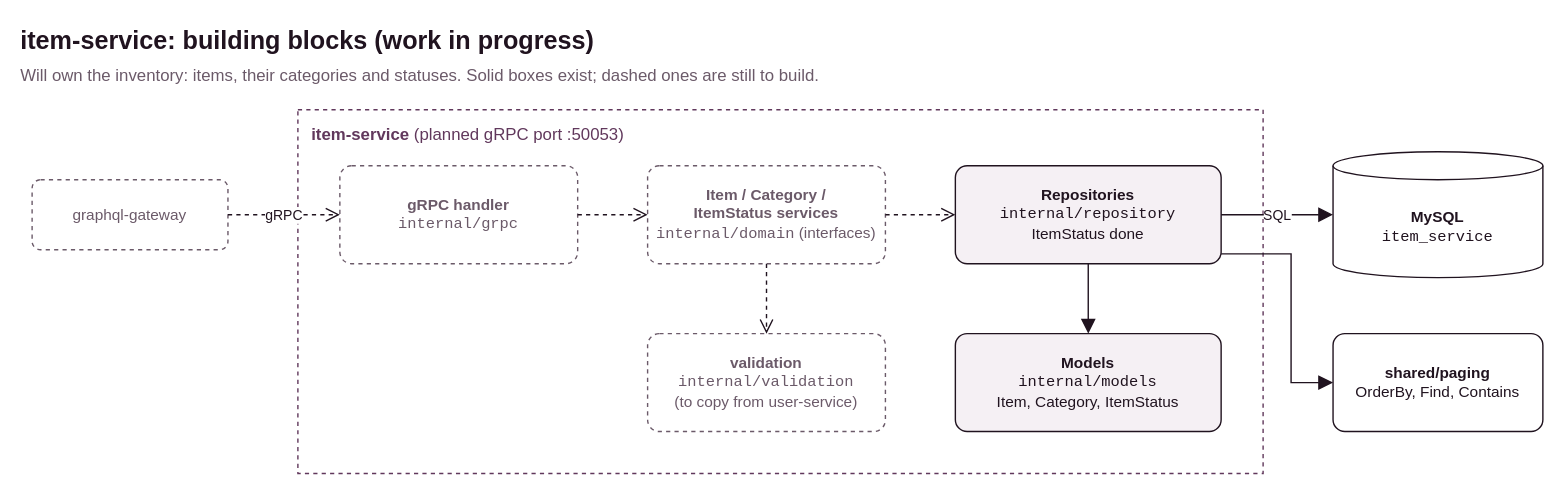
Above: services/item-service/docs/overview.svg in jochem11/inventory-manager (draw.io), before the change. Source tidied: cells renumbered, new cells last; positions are measured from the earlier drawing's top-left corner, leaving out a move shared by most shapes. Source of this version:
```xml
<mxGraphModel background="#ffffff">
  <root>
    <mxCell id="0" />
    <mxCell id="1" parent="0" />
    <mxCell id="2" value="&lt;b&gt;item-service&lt;/b&gt;  (planned gRPC port :50053)" style="rounded=0;whiteSpace=wrap;html=1;fillColor=none;dashed=1;strokeColor=#61385c;fontSize=12;fontColor=#61385c;align=left;verticalAlign=top;spacingLeft=8;spacingTop=4;fontFamily=Helvetica;" parent="1" vertex="1">
      <mxGeometry x="200" y="66" width="690" height="260" as="geometry" />
    </mxCell>
    <mxCell id="3" value="graphql-gateway" style="rounded=1;arcSize=12;whiteSpace=wrap;html=1;fillColor=#ffffff;strokeColor=#6b5a69;dashed=1;fontSize=11;fontColor=#6b5a69;fontFamily=Helvetica;" parent="1" vertex="1">
      <mxGeometry x="10" y="116" width="140" height="50" as="geometry" />
    </mxCell>
    <mxCell id="4" value="&lt;b&gt;gRPC handler&lt;/b&gt;&lt;br&gt;&lt;font face=&quot;Menlo, monospace&quot;&gt;internal/grpc&lt;/font&gt;" style="rounded=1;arcSize=12;whiteSpace=wrap;html=1;fillColor=#ffffff;strokeColor=#6b5a69;dashed=1;fontSize=11;fontColor=#6b5a69;fontFamily=Helvetica;" parent="1" vertex="1">
      <mxGeometry x="230" y="106" width="170" height="70" as="geometry" />
    </mxCell>
    <mxCell id="5" value="&lt;b&gt;Item / Category /&lt;br&gt;ItemStatus services&lt;/b&gt;&lt;br&gt;&lt;font face=&quot;Menlo, monospace&quot;&gt;internal/domain&lt;/font&gt; (interfaces)" style="rounded=1;arcSize=12;whiteSpace=wrap;html=1;fillColor=#ffffff;strokeColor=#6b5a69;dashed=1;fontSize=11;fontColor=#6b5a69;fontFamily=Helvetica;" parent="1" vertex="1">
      <mxGeometry x="450" y="106" width="170" height="70" as="geometry" />
    </mxCell>
    <mxCell id="6" value="&lt;b&gt;Repositories&lt;/b&gt;&lt;br&gt;&lt;font face=&quot;Menlo, monospace&quot;&gt;internal/repository&lt;/font&gt;&lt;br&gt;ItemStatus done" style="rounded=1;arcSize=12;whiteSpace=wrap;html=1;fillColor=#f5f0f4;strokeColor=#20131f;fontSize=11;fontColor=#20131f;fontFamily=Helvetica;" parent="1" vertex="1">
      <mxGeometry x="670" y="106" width="190" height="70" as="geometry" />
    </mxCell>
    <mxCell id="7" value="&lt;b&gt;Models&lt;/b&gt;&lt;br&gt;&lt;font face=&quot;Menlo, monospace&quot;&gt;internal/models&lt;/font&gt;&lt;br&gt;Item, Category, ItemStatus" style="rounded=1;arcSize=12;whiteSpace=wrap;html=1;fillColor=#f5f0f4;strokeColor=#20131f;fontSize=11;fontColor=#20131f;fontFamily=Helvetica;" parent="1" vertex="1">
      <mxGeometry x="670" y="226" width="190" height="70" as="geometry" />
    </mxCell>
    <mxCell id="8" value="&lt;b&gt;validation&lt;/b&gt;&lt;br&gt;&lt;font face=&quot;Menlo, monospace&quot;&gt;internal/validation&lt;/font&gt;&lt;br&gt;(to copy from user-service)" style="rounded=1;arcSize=12;whiteSpace=wrap;html=1;fillColor=#ffffff;strokeColor=#6b5a69;dashed=1;fontSize=11;fontColor=#6b5a69;fontFamily=Helvetica;" parent="1" vertex="1">
      <mxGeometry x="450" y="226" width="170" height="70" as="geometry" />
    </mxCell>
    <mxCell id="9" value="&lt;b&gt;MySQL&lt;/b&gt;&lt;br&gt;&lt;font face=&quot;Menlo, monospace&quot;&gt;item_service&lt;/font&gt;" style="shape=cylinder3;whiteSpace=wrap;html=1;boundedLbl=1;backgroundOutline=1;size=10;fillColor=#ffffff;strokeColor=#20131f;fontSize=11;fontColor=#20131f;fontFamily=Helvetica;" parent="1" vertex="1">
      <mxGeometry x="940" y="96" width="150" height="90" as="geometry" />
    </mxCell>
    <mxCell id="10" value="&lt;b&gt;shared/paging&lt;/b&gt;&lt;br&gt;OrderBy, Find, Contains" style="rounded=1;arcSize=12;whiteSpace=wrap;html=1;fillColor=#ffffff;strokeColor=#20131f;fontSize=11;fontColor=#20131f;fontFamily=Helvetica;" parent="1" vertex="1">
      <mxGeometry x="940" y="226" width="150" height="70" as="geometry" />
    </mxCell>
    <mxCell id="11" value="gRPC" style="html=1;rounded=0;endArrow=open;endFill=0;endSize=8;fontSize=10;strokeColor=#20131f;fontColor=#20131f;labelBackgroundColor=#ffffff;dashed=1;fontFamily=Helvetica;" parent="1" edge="1" source="3" target="4">
      <mxGeometry relative="1" as="geometry" />
    </mxCell>
    <mxCell id="12" style="html=1;rounded=0;endArrow=open;endFill=0;endSize=8;fontSize=10;strokeColor=#20131f;fontColor=#20131f;labelBackgroundColor=#ffffff;dashed=1;fontFamily=Helvetica;" parent="1" edge="1" source="4" target="5">
      <mxGeometry relative="1" as="geometry" />
    </mxCell>
    <mxCell id="13" style="html=1;rounded=0;endArrow=open;endFill=0;endSize=8;fontSize=10;strokeColor=#20131f;fontColor=#20131f;labelBackgroundColor=#ffffff;dashed=1;fontFamily=Helvetica;" parent="1" edge="1" source="5" target="6">
      <mxGeometry relative="1" as="geometry" />
    </mxCell>
    <mxCell id="14" value="SQL" style="html=1;rounded=0;endArrow=block;endFill=1;endSize=8;fontSize=10;strokeColor=#20131f;fontColor=#20131f;labelBackgroundColor=#ffffff;fontFamily=Helvetica;" parent="1" edge="1" source="6" target="9">
      <mxGeometry relative="1" as="geometry" />
    </mxCell>
    <mxCell id="15" style="html=1;rounded=0;endArrow=block;endFill=1;endSize=8;fontSize=10;strokeColor=#20131f;fontColor=#20131f;labelBackgroundColor=#ffffff;fontFamily=Helvetica;" parent="1" edge="1" source="6" target="7">
      <mxGeometry relative="1" as="geometry" />
    </mxCell>
    <mxCell id="16" style="html=1;rounded=0;endArrow=open;endFill=0;endSize=8;fontSize=10;strokeColor=#20131f;fontColor=#20131f;labelBackgroundColor=#ffffff;dashed=1;fontFamily=Helvetica;" parent="1" edge="1" source="5" target="8">
      <mxGeometry relative="1" as="geometry" />
    </mxCell>
    <mxCell id="17" style="html=1;rounded=0;endArrow=block;endFill=1;endSize=8;fontSize=10;strokeColor=#20131f;fontColor=#20131f;labelBackgroundColor=#ffffff;edgeStyle=orthogonalEdgeStyle;exitX=1;exitY=0.9;exitDx=0;exitDy=0;entryX=0;entryY=0.5;entryDx=0;entryDy=0;fontFamily=Helvetica;" parent="1" edge="1" source="6" target="10">
      <mxGeometry relative="1" as="geometry">
        <Array as="points">
          <mxPoint x="910" y="169" />
          <mxPoint x="910" y="261" />
        </Array>
      </mxGeometry>
    </mxCell>
    <mxCell id="18" value="&lt;b&gt;item-service: building blocks (work in progress)&lt;/b&gt;" style="text;html=1;whiteSpace=wrap;align=left;verticalAlign=top;fontSize=18;fontColor=#20131f;fontFamily=Helvetica;" parent="1" vertex="1">
      <mxGeometry width="543" height="26" as="geometry" />
    </mxCell>
    <mxCell id="19" value="Will own the inventory: items, their categories and statuses. Solid boxes exist; dashed ones are still to build." style="text;html=1;whiteSpace=wrap;align=left;verticalAlign=top;fontSize=12;fontColor=#6b5a69;fontFamily=Helvetica;" parent="1" vertex="1">
      <mxGeometry y="28" width="796" height="20" as="geometry" />
    </mxCell>
  </root>
</mxGraphModel>
```
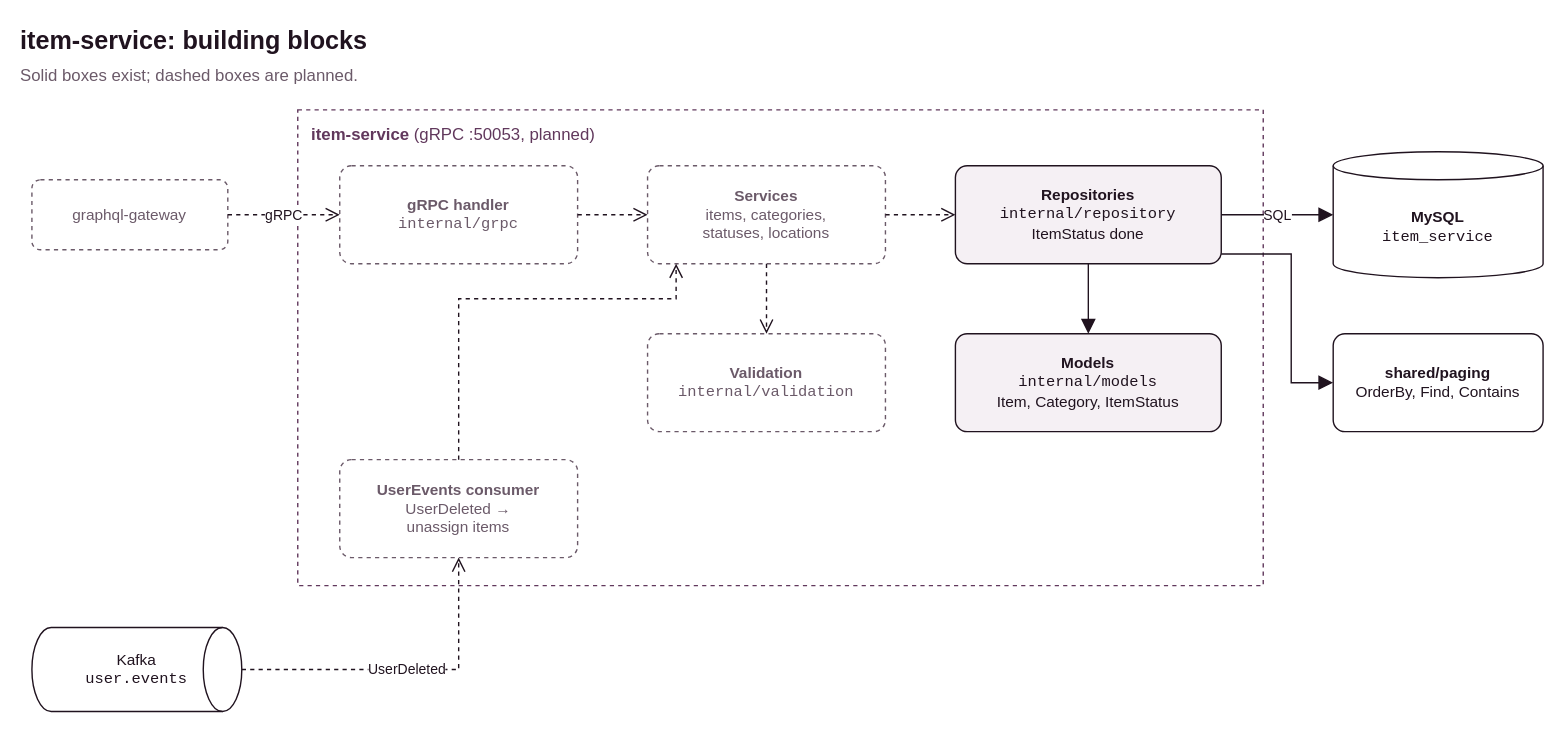
After the change.

What changed in the source:
```diff
@@ -2,8 +2,8 @@
   <root>
     <mxCell id="0" />
     <mxCell id="1" parent="0" />
-    <mxCell id="2" value="&lt;b&gt;item-service&lt;/b&gt;  (planned gRPC port :50053)" style="rounded=0;whiteSpace=wrap;html=1;fillColor=none;dashed=1;strokeColor=#61385c;fontSize=12;fontColor=#61385c;align=left;verticalAlign=top;spacingLeft=8;spacingTop=4;fontFamily=Helvetica;" parent="1" vertex="1">
-      <mxGeometry x="200" y="66" width="690" height="260" as="geometry" />
+    <mxCell id="2" value="&lt;b&gt;item-service&lt;/b&gt;  (gRPC :50053, planned)" style="rounded=0;whiteSpace=wrap;html=1;fillColor=none;dashed=1;strokeColor=#61385c;fontSize=12;fontColor=#61385c;align=left;verticalAlign=top;spacingLeft=8;spacingTop=4;fontFamily=Helvetica;" parent="1" vertex="1">
+      <mxGeometry x="200" y="66" width="690" height="340" as="geometry" />
     </mxCell>
     <mxCell id="3" value="graphql-gateway" style="rounded=1;arcSize=12;whiteSpace=wrap;html=1;fillColor=#ffffff;strokeColor=#6b5a69;dashed=1;fontSize=11;fontColor=#6b5a69;fontFamily=Helvetica;" parent="1" vertex="1">
       <mxGeometry x="10" y="116" width="140" height="50" as="geometry" />
@@ -11,7 +11,7 @@
     <mxCell id="4" value="&lt;b&gt;gRPC handler&lt;/b&gt;&lt;br&gt;&lt;font face=&quot;Menlo, monospace&quot;&gt;internal/grpc&lt;/font&gt;" style="rounded=1;arcSize=12;whiteSpace=wrap;html=1;fillColor=#ffffff;strokeColor=#6b5a69;dashed=1;fontSize=11;fontColor=#6b5a69;fontFamily=Helvetica;" parent="1" vertex="1">
       <mxGeometry x="230" y="106" width="170" height="70" as="geometry" />
     </mxCell>
-    <mxCell id="5" value="&lt;b&gt;Item / Category /&lt;br&gt;ItemStatus services&lt;/b&gt;&lt;br&gt;&lt;font face=&quot;Menlo, monospace&quot;&gt;internal/domain&lt;/font&gt; (interfaces)" style="rounded=1;arcSize=12;whiteSpace=wrap;html=1;fillColor=#ffffff;strokeColor=#6b5a69;dashed=1;fontSize=11;fontColor=#6b5a69;fontFamily=Helvetica;" parent="1" vertex="1">
+    <mxCell id="5" value="&lt;b&gt;Services&lt;/b&gt;&lt;br&gt;items, categories,&lt;br&gt;statuses, locations" style="rounded=1;arcSize=12;whiteSpace=wrap;html=1;fillColor=#ffffff;strokeColor=#6b5a69;dashed=1;fontSize=11;fontColor=#6b5a69;fontFamily=Helvetica;" parent="1" vertex="1">
       <mxGeometry x="450" y="106" width="170" height="70" as="geometry" />
     </mxCell>
     <mxCell id="6" value="&lt;b&gt;Repositories&lt;/b&gt;&lt;br&gt;&lt;font face=&quot;Menlo, monospace&quot;&gt;internal/repository&lt;/font&gt;&lt;br&gt;ItemStatus done" style="rounded=1;arcSize=12;whiteSpace=wrap;html=1;fillColor=#f5f0f4;strokeColor=#20131f;fontSize=11;fontColor=#20131f;fontFamily=Helvetica;" parent="1" vertex="1">
@@ -20,46 +20,67 @@
     <mxCell id="7" value="&lt;b&gt;Models&lt;/b&gt;&lt;br&gt;&lt;font face=&quot;Menlo, monospace&quot;&gt;internal/models&lt;/font&gt;&lt;br&gt;Item, Category, ItemStatus" style="rounded=1;arcSize=12;whiteSpace=wrap;html=1;fillColor=#f5f0f4;strokeColor=#20131f;fontSize=11;fontColor=#20131f;fontFamily=Helvetica;" parent="1" vertex="1">
       <mxGeometry x="670" y="226" width="190" height="70" as="geometry" />
     </mxCell>
-    <mxCell id="8" value="&lt;b&gt;validation&lt;/b&gt;&lt;br&gt;&lt;font face=&quot;Menlo, monospace&quot;&gt;internal/validation&lt;/font&gt;&lt;br&gt;(to copy from user-service)" style="rounded=1;arcSize=12;whiteSpace=wrap;html=1;fillColor=#ffffff;strokeColor=#6b5a69;dashed=1;fontSize=11;fontColor=#6b5a69;fontFamily=Helvetica;" parent="1" vertex="1">
+    <mxCell id="8" value="&lt;b&gt;Validation&lt;/b&gt;&lt;br&gt;&lt;font face=&quot;Menlo, monospace&quot;&gt;internal/validation&lt;/font&gt;" style="rounded=1;arcSize=12;whiteSpace=wrap;html=1;fillColor=#ffffff;strokeColor=#6b5a69;dashed=1;fontSize=11;fontColor=#6b5a69;fontFamily=Helvetica;" parent="1" vertex="1">
       <mxGeometry x="450" y="226" width="170" height="70" as="geometry" />
     </mxCell>
-    <mxCell id="9" value="&lt;b&gt;MySQL&lt;/b&gt;&lt;br&gt;&lt;font face=&quot;Menlo, monospace&quot;&gt;item_service&lt;/font&gt;" style="shape=cylinder3;whiteSpace=wrap;html=1;boundedLbl=1;backgroundOutline=1;size=10;fillColor=#ffffff;strokeColor=#20131f;fontSize=11;fontColor=#20131f;fontFamily=Helvetica;" parent="1" vertex="1">
-      <mxGeometry x="940" y="96" width="150" height="90" as="geometry" />
+    <mxCell id="9" value="&lt;b&gt;UserEvents consumer&lt;/b&gt;&lt;br&gt;UserDeleted →&lt;br&gt;unassign items" style="rounded=1;arcSize=12;whiteSpace=wrap;html=1;fillColor=#ffffff;strokeColor=#6b5a69;dashed=1;fontSize=11;fontColor=#6b5a69;fontFamily=Helvetica;" parent="1" vertex="1">
+      <mxGeometry x="230" y="316" width="170" height="70" as="geometry" />
     </mxCell>
-    <mxCell id="10" value="&lt;b&gt;shared/paging&lt;/b&gt;&lt;br&gt;OrderBy, Find, Contains" style="rounded=1;arcSize=12;whiteSpace=wrap;html=1;fillColor=#ffffff;strokeColor=#20131f;fontSize=11;fontColor=#20131f;fontFamily=Helvetica;" parent="1" vertex="1">
-      <mxGeometry x="940" y="226" width="150" height="70" as="geometry" />
+    <mxCell id="10" value="&lt;b&gt;MySQL&lt;/b&gt;&lt;br&gt;&lt;font face=&quot;Menlo, monospace&quot;&gt;item_service&lt;/font&gt;" style="shape=cylinder3;whiteSpace=wrap;html=1;boundedLbl=1;backgroundOutline=1;size=10;fillColor=#ffffff;strokeColor=#20131f;fontSize=11;fontColor=#20131f;fontFamily=Helvetica;" parent="1" vertex="1">
+      <mxGeometry x="940" y="96" width="150" height="90" as="geometry" />
     </mxCell>
-    <mxCell id="11" value="gRPC" style="html=1;rounded=0;endArrow=open;endFill=0;endSize=8;fontSize=10;strokeColor=#20131f;fontColor=#20131f;labelBackgroundColor=#ffffff;dashed=1;fontFamily=Helvetica;" parent="1" edge="1" source="3" target="4">
-      <mxGeometry relative="1" as="geometry" />
+    <mxCell id="11" value="&lt;b&gt;shared/paging&lt;/b&gt;&lt;br&gt;OrderBy, Find, Contains" style="rounded=1;arcSize=12;whiteSpace=wrap;html=1;fillColor=#ffffff;strokeColor=#20131f;fontSize=11;fontColor=#20131f;fontFamily=Helvetica;" parent="1" vertex="1">
+      <mxGeometry x="940" y="226" width="150" height="70" as="geometry" />
     </mxCell>
-    <mxCell id="12" style="html=1;rounded=0;endArrow=open;endFill=0;endSize=8;fontSize=10;strokeColor=#20131f;fontColor=#20131f;labelBackgroundColor=#ffffff;dashed=1;fontFamily=Helvetica;" parent="1" edge="1" source="4" target="5">
-      <mxGeometry relative="1" as="geometry" />
+    <mxCell id="12" value="Kafka&lt;br&gt;&lt;font face=&quot;Menlo, monospace&quot;&gt;user.events&lt;/font&gt;" style="shape=mxgraph.flowchart.direct_data;whiteSpace=wrap;html=1;fillColor=#ffffff;strokeColor=#20131f;fontSize=11;fontColor=#20131f;fontFamily=Helvetica;" parent="1" vertex="1">
+      <mxGeometry x="10" y="436" width="150" height="60" as="geometry" />
     </mxCell>
-    <mxCell id="13" style="html=1;rounded=0;endArrow=open;endFill=0;endSize=8;fontSize=10;strokeColor=#20131f;fontColor=#20131f;labelBackgroundColor=#ffffff;dashed=1;fontFamily=Helvetica;" parent="1" edge="1" source="5" target="6">
+    <mxCell id="13" value="gRPC" style="html=1;rounded=0;endArrow=open;endFill=0;endSize=8;fontSize=10;strokeColor=#20131f;fontColor=#20131f;labelBackgroundColor=#ffffff;dashed=1;fontFamily=Helvetica;" parent="1" edge="1" source="3" target="4">
       <mxGeometry relative="1" as="geometry" />
     </mxCell>
-    <mxCell id="14" value="SQL" style="html=1;rounded=0;endArrow=block;endFill=1;endSize=8;fontSize=10;strokeColor=#20131f;fontColor=#20131f;labelBackgroundColor=#ffffff;fontFamily=Helvetica;" parent="1" edge="1" source="6" target="9">
+    <mxCell id="14" style="html=1;rounded=0;endArrow=open;endFill=0;endSize=8;fontSize=10;strokeColor=#20131f;fontColor=#20131f;labelBackgroundColor=#ffffff;dashed=1;fontFamily=Helvetica;" parent="1" edge="1" source="4" target="5">
       <mxGeometry relative="1" as="geometry" />
     </mxCell>
-    <mxCell id="15" style="html=1;rounded=0;endArrow=block;endFill=1;endSize=8;fontSize=10;strokeColor=#20131f;fontColor=#20131f;labelBackgroundColor=#ffffff;fontFamily=Helvetica;" parent="1" edge="1" source="6" target="7">
+    <mxCell id="15" style="html=1;rounded=0;endArrow=open;endFill=0;endSize=8;fontSize=10;strokeColor=#20131f;fontColor=#20131f;labelBackgroundColor=#ffffff;dashed=1;fontFamily=Helvetica;" parent="1" edge="1" source="5" target="6">
       <mxGeometry relative="1" as="geometry" />
     </mxCell>
-    <mxCell id="16" style="html=1;rounded=0;endArrow=open;endFill=0;endSize=8;fontSize=10;strokeColor=#20131f;fontColor=#20131f;labelBackgroundColor=#ffffff;dashed=1;fontFamily=Helvetica;" parent="1" edge="1" source="5" target="8">
+    <mxCell id="16" value="SQL" style="html=1;rounded=0;endArrow=block;endFill=1;endSize=8;fontSize=10;strokeColor=#20131f;fontColor=#20131f;labelBackgroundColor=#ffffff;fontFamily=Helvetica;" parent="1" edge="1" source="6" target="10">
       <mxGeometry relative="1" as="geometry" />
     </mxCell>
-    <mxCell id="17" style="html=1;rounded=0;endArrow=block;endFill=1;endSize=8;fontSize=10;strokeColor=#20131f;fontColor=#20131f;labelBackgroundColor=#ffffff;edgeStyle=orthogonalEdgeStyle;exitX=1;exitY=0.9;exitDx=0;exitDy=0;entryX=0;entryY=0.5;entryDx=0;entryDy=0;fontFamily=Helvetica;" parent="1" edge="1" source="6" target="10">
-      <mxGeometry relative="1" as="geometry">
-        <Array as="points">
-          <mxPoint x="910" y="169" />
-          <mxPoint x="910" y="261" />
-        </Array>
-      </mxGeometry>
+    <mxCell id="17" style="html=1;rounded=0;endArrow=block;endFill=1;endSize=8;fontSize=10;strokeColor=#20131f;fontColor=#20131f;labelBackgroundColor=#ffffff;fontFamily=Helvetica;" parent="1" edge="1" source="6" target="7">
+      <mxGeometry relative="1" as="geometry" />
     </mxCell>
+    <mxCell id="20" style="html=1;rounded=0;endArrow=open;endFill=0;endSize=8;fontSize=10;strokeColor=#20131f;fontColor=#20131f;labelBackgroundColor=#ffffff;dashed=1;fontFamily=Helvetica;" parent="1" edge="1" source="5" target="8">
+      <mxGeometry relative="1" as="geometry" />
+    </mxCell>
+    <mxCell id="21" style="html=1;rounded=0;endArrow=block;endFill=1;endSize=8;fontSize=10;strokeColor=#20131f;fontColor=#20131f;labelBackgroundColor=#ffffff;edgeStyle=orthogonalEdgeStyle;exitX=1;exitY=0.9;exitDx=0;exitDy=0;entryX=0;entryY=0.5;entryDx=0;entryDy=0;fontFamily=Helvetica;" parent="1" edge="1" source="6" target="11">
+      <mxGeometry relative="1" as="geometry">
+        <Array as="points">
+          <mxPoint x="910" y="169" />
+          <mxPoint x="910" y="261" />
+        </Array>
+      </mxGeometry>
+    </mxCell>
+    <mxCell id="22" value="UserDeleted" style="html=1;rounded=0;endArrow=open;endFill=0;endSize=8;fontSize=10;strokeColor=#20131f;fontColor=#20131f;labelBackgroundColor=#ffffff;dashed=1;edgeStyle=orthogonalEdgeStyle;exitX=1;exitY=0.5;exitDx=0;exitDy=0;entryX=0.5;entryY=1;entryDx=0;entryDy=0;fontFamily=Helvetica;" parent="1" edge="1" source="12" target="9">
+      <mxGeometry relative="1" as="geometry">
+        <Array as="points">
+          <mxPoint x="315" y="466" />
+        </Array>
+      </mxGeometry>
+    </mxCell>
+    <mxCell id="23" style="html=1;rounded=0;endArrow=open;endFill=0;endSize=8;fontSize=10;strokeColor=#20131f;fontColor=#20131f;labelBackgroundColor=#ffffff;dashed=1;edgeStyle=orthogonalEdgeStyle;exitX=0.5;exitY=0;exitDx=0;exitDy=0;entryX=0.12;entryY=1;entryDx=0;entryDy=0;fontFamily=Helvetica;" parent="1" edge="1" source="9" target="5">
+      <mxGeometry relative="1" as="geometry">
+        <Array as="points">
+          <mxPoint x="315" y="201" />
+          <mxPoint x="470" y="201" />
+        </Array>
+      </mxGeometry>
+    </mxCell>
-    <mxCell id="18" value="&lt;b&gt;item-service: building blocks (work in progress)&lt;/b&gt;" style="text;html=1;whiteSpace=wrap;align=left;verticalAlign=top;fontSize=18;fontColor=#20131f;fontFamily=Helvetica;" parent="1" vertex="1">
-      <mxGeometry width="543" height="26" as="geometry" />
+    <mxCell id="18" value="&lt;b&gt;item-service: building blocks&lt;/b&gt;" style="text;html=1;whiteSpace=wrap;align=left;verticalAlign=top;fontSize=18;fontColor=#20131f;fontFamily=Helvetica;" parent="1" vertex="1">
+      <mxGeometry width="335" height="26" as="geometry" />
     </mxCell>
-    <mxCell id="19" value="Will own the inventory: items, their categories and statuses. Solid boxes exist; dashed ones are still to build." style="text;html=1;whiteSpace=wrap;align=left;verticalAlign=top;fontSize=12;fontColor=#6b5a69;fontFamily=Helvetica;" parent="1" vertex="1">
-      <mxGeometry y="28" width="796" height="20" as="geometry" />
+    <mxCell id="19" value="Solid boxes exist; dashed boxes are planned." style="text;html=1;whiteSpace=wrap;align=left;verticalAlign=top;fontSize=12;fontColor=#6b5a69;fontFamily=Helvetica;" parent="1" vertex="1">
+      <mxGeometry y="28" width="322" height="20" as="geometry" />
     </mxCell>
   </root>
 </mxGraphModel>
```
